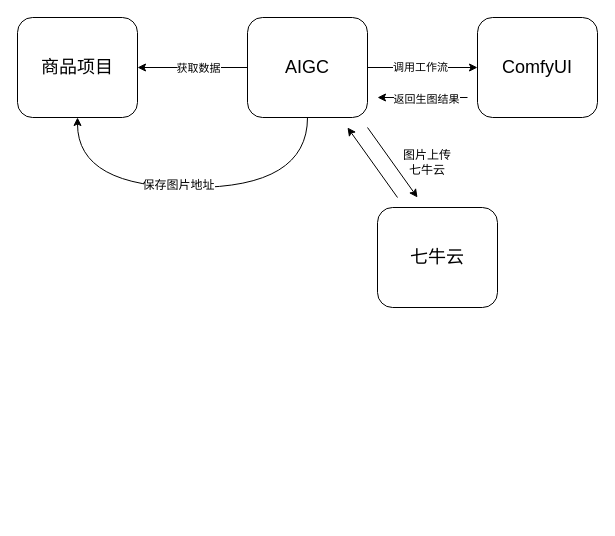
The draw.io diagram longpean/AI绘图6.2.7.drawio in GitHeP/diagrams, before the edit. Source tidied: cells renumbered, new cells numbered last; positions are measured from the earlier drawing's top-left corner, leaving out a move shared by most shapes. Both pictures are drawn from the tidied source at 100%, with x=0, y=0 at pixel (17, 17).
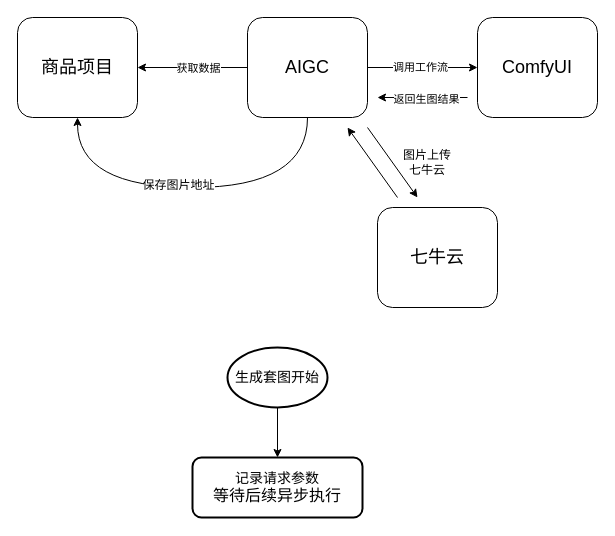
The same diagram, later.

Diff of the diagram source:
```diff
@@
+    <mxCell id="17" style="edgeStyle=orthogonalEdgeStyle;rounded=0;jettySize=auto;html=1;" parent="1" edge="1" source="18" target="19">
+      <mxGeometry relative="1" as="geometry" />
+    </mxCell>
+    <mxCell id="18" value="&lt;font style=&quot;font-size: 14px;&quot;&gt;生成套图开始&lt;/font&gt;" style="strokeWidth=2;html=1;shape=mxgraph.flowchart.start_1;whiteSpace=wrap;" parent="1" vertex="1">
+      <mxGeometry x="210" y="330" width="100" height="60" as="geometry" />
+    </mxCell>
+    <mxCell id="19" value="&lt;font style=&quot;font-size: 14px;&quot;&gt;记录请求参数&lt;/font&gt;&lt;div&gt;&lt;font size=&quot;3&quot;&gt;等待后续异步执行&lt;/font&gt;&lt;/div&gt;" style="rounded=1;whiteSpace=wrap;html=1;strokeWidth=2;" parent="1" vertex="1">
+      <mxGeometry x="175" y="440" width="170" height="60" as="geometry" />
+    </mxCell>
```
